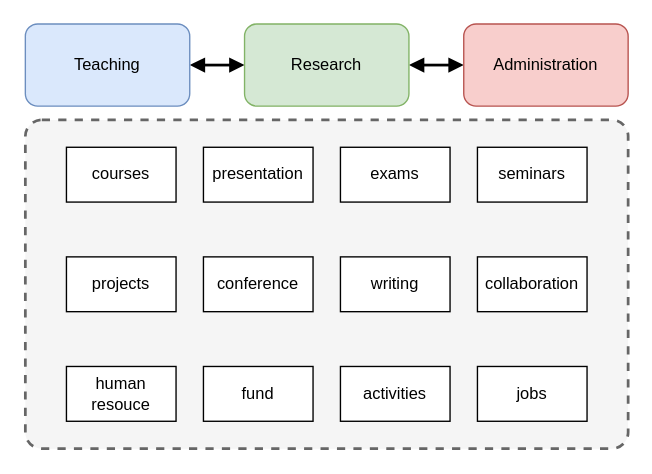
jizhang02/Figure-Factory keeps this draw.io diagram as page "vision" (6 of 7) of Fig_CS/source-file/personal.drawio. Above is the earlier version. Source tidied: cells renumbered, new cells numbered last; positions are measured from the earlier drawing's top-left corner, leaving out a move shared by most shapes. Both pictures are drawn from the tidied source at 137%, with x=0, y=0 at pixel (25, 23).
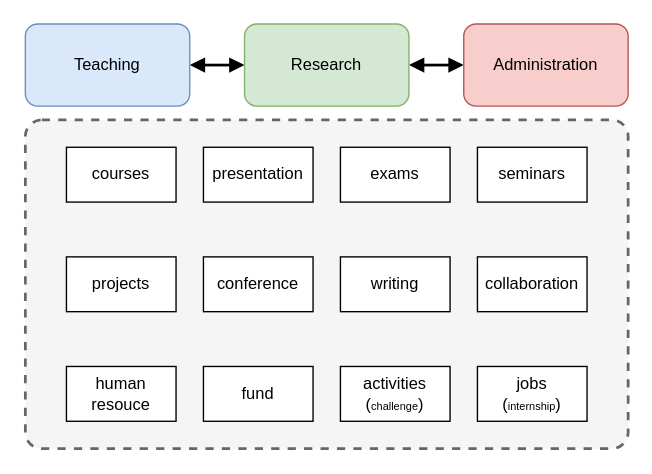
The same page after the edit.

Diff of the diagram source:
```diff
@@
 <mxGraphModel>
   <root>
     <mxCell id="0" />
     <mxCell id="1" parent="0" />
     <mxCell id="2" style="rounded=1;whiteSpace=wrap;html=1;fillColor=#f5f5f5;arcSize=5;dashed=1;strokeWidth=2;fontColor=#333333;strokeColor=#666666;" parent="1" vertex="1">
       <mxGeometry y="70" width="440" height="240" as="geometry" />
     </mxCell>
     <mxCell id="3" style="edgeStyle=orthogonalEdgeStyle;rounded=0;jettySize=auto;html=1;endArrow=block;endFill=1;startArrow=block;startFill=1;strokeWidth=2;" parent="1" edge="1" source="4" target="6">
       <mxGeometry relative="1" as="geometry" />
     </mxCell>
     <mxCell id="4" value="Teaching" style="rounded=1;whiteSpace=wrap;html=1;fillColor=#dae8fc;strokeColor=#6c8ebf;" parent="1" vertex="1">
       <mxGeometry width="120" height="60" as="geometry" />
     </mxCell>
     <mxCell id="5" style="edgeStyle=orthogonalEdgeStyle;rounded=0;jettySize=auto;html=1;startArrow=block;startFill=1;endArrow=block;endFill=1;strokeWidth=2;" parent="1" edge="1" source="6" target="7">
       <mxGeometry relative="1" as="geometry" />
     </mxCell>
     <mxCell id="6" value="Research" style="rounded=1;whiteSpace=wrap;html=1;fillColor=#d5e8d4;strokeColor=#82b366;" parent="1" vertex="1">
       <mxGeometry x="160" width="120" height="60" as="geometry" />
     </mxCell>
     <mxCell id="7" value="Administration" style="rounded=1;whiteSpace=wrap;html=1;fillColor=#f8cecc;strokeColor=#b85450;" parent="1" vertex="1">
       <mxGeometry x="320" width="120" height="60" as="geometry" />
     </mxCell>
     <mxCell id="8" value="courses" style="rounded=0;whiteSpace=wrap;html=1;" parent="1" vertex="1">
       <mxGeometry x="30" y="90" width="80" height="40" as="geometry" />
     </mxCell>
     <mxCell id="9" value="projects" style="rounded=0;whiteSpace=wrap;html=1;" parent="1" vertex="1">
       <mxGeometry x="30" y="170" width="80" height="40" as="geometry" />
     </mxCell>
     <mxCell id="10" value="human resouce" style="rounded=0;whiteSpace=wrap;html=1;" parent="1" vertex="1">
       <mxGeometry x="30" y="250" width="80" height="40" as="geometry" />
     </mxCell>
     <mxCell id="11" value="fund" style="rounded=0;whiteSpace=wrap;html=1;" parent="1" vertex="1">
       <mxGeometry x="130" y="250" width="80" height="40" as="geometry" />
     </mxCell>
     <mxCell id="12" value="conference" style="rounded=0;whiteSpace=wrap;html=1;" parent="1" vertex="1">
       <mxGeometry x="130" y="170" width="80" height="40" as="geometry" />
     </mxCell>
     <mxCell id="13" value="writing" style="rounded=0;whiteSpace=wrap;html=1;" parent="1" vertex="1">
       <mxGeometry x="230" y="170" width="80" height="40" as="geometry" />
     </mxCell>
     <mxCell id="14" value="presentation" style="rounded=0;whiteSpace=wrap;html=1;" parent="1" vertex="1">
       <mxGeometry x="130" y="90" width="80" height="40" as="geometry" />
     </mxCell>
     <mxCell id="15" value="exams" style="rounded=0;whiteSpace=wrap;html=1;" parent="1" vertex="1">
       <mxGeometry x="230" y="90" width="80" height="40" as="geometry" />
     </mxCell>
     <mxCell id="16" value="seminars" style="rounded=0;whiteSpace=wrap;html=1;" parent="1" vertex="1">
       <mxGeometry x="330" y="90" width="80" height="40" as="geometry" />
     </mxCell>
     <mxCell id="17" value="collaboration" style="rounded=0;whiteSpace=wrap;html=1;" parent="1" vertex="1">
       <mxGeometry x="330" y="170" width="80" height="40" as="geometry" />
     </mxCell>
-    <mxCell id="18" value="activities" style="rounded=0;whiteSpace=wrap;html=1;" parent="1" vertex="1">
+    <mxCell id="18" value="activities&lt;br&gt;(&lt;font style=&quot;font-size: 8px;&quot;&gt;challenge&lt;/font&gt;)" style="rounded=0;whiteSpace=wrap;html=1;" parent="1" vertex="1">
       <mxGeometry x="230" y="250" width="80" height="40" as="geometry" />
     </mxCell>
-    <mxCell id="19" value="jobs" style="rounded=0;whiteSpace=wrap;html=1;" parent="1" vertex="1">
+    <mxCell id="19" value="jobs&lt;br&gt;(&lt;font style=&quot;font-size: 8px;&quot;&gt;internship&lt;/font&gt;)" style="rounded=0;whiteSpace=wrap;html=1;" parent="1" vertex="1">
       <mxGeometry x="330" y="250" width="80" height="40" as="geometry" />
     </mxCell>
   </root>
 </mxGraphModel>
```
